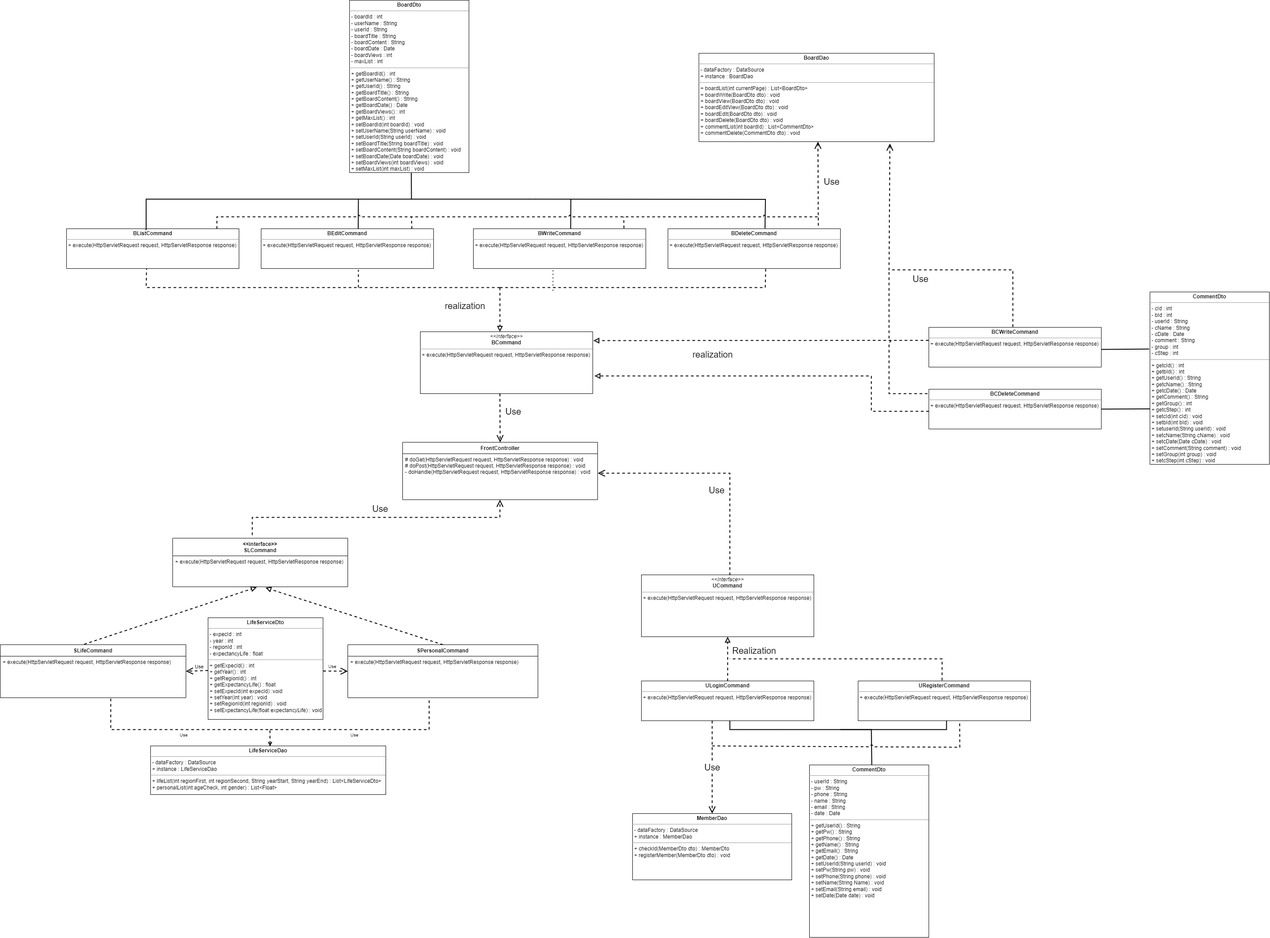
p1p2p1/Project_DLT keeps this draw.io diagram as project_1/6. 포트폴리오/Class Diagram/Class Diagram.drawio.png. Above is the earlier version. Source tidied: cells renumbered, new cells last; positions are measured from the earlier drawing's top-left corner, leaving out a move shared by most shapes.
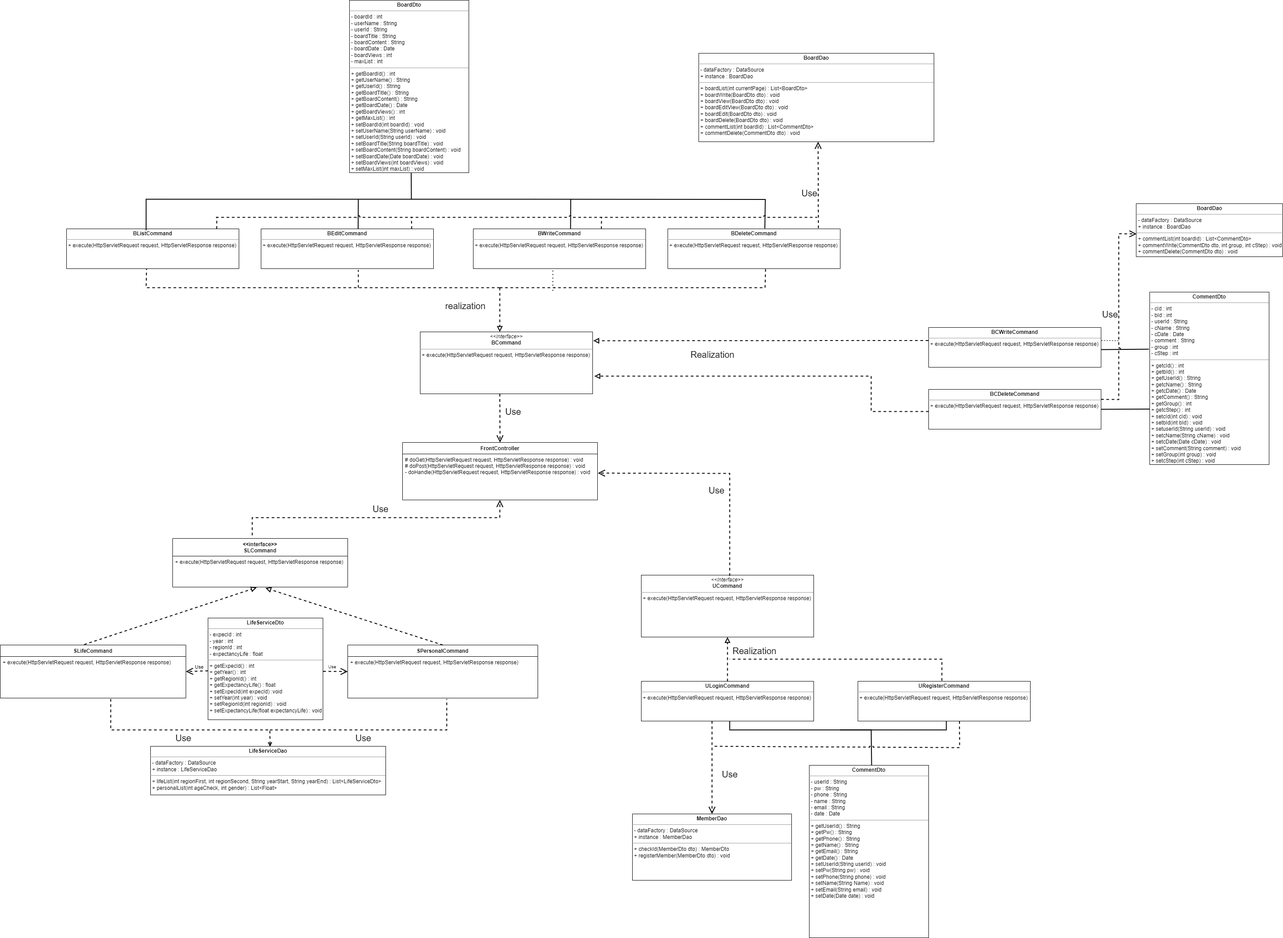
Above is the later version.

Change to the diagram source:
```diff
@@ -8,6 +8,15 @@
     <mxCell id="3" value="# doGet(HttpServletRequest request, HttpServletResponse response) : void&#10;# doPost(HttpServletRequest request, HttpServletResponse response) : void&#10;- doHandle(HttpServletRequest request, HttpServletResponse response) : void&#10; " style="text;align=left;verticalAlign=top;spacingLeft=4;spacingRight=4;overflow=hidden;points=[[0,0.5],[1,0.5]];portConstraint=eastwest;" parent="2" vertex="1">
       <mxGeometry y="26" width="441" height="104" as="geometry" />
     </mxCell>
+    <mxCell id="16" value="&lt;font style=&quot;font-size: 20px;&quot;&gt;Use&lt;/font&gt;" style="endArrow=open;endSize=12;dashed=1;html=1;rounded=0;strokeWidth=2;" parent="2" edge="1" target="3">
+      <mxGeometry x="0.03" y="20" relative="1" as="geometry">
+        <mxPoint x="-340" y="210" as="sourcePoint" />
+        <Array as="points">
+          <mxPoint x="-340" y="170" />
+          <mxPoint x="220" y="170" />
+        </Array>
+      </mxGeometry>
+    </mxCell>
     <mxCell id="4" value="SLifeCommand" style="swimlane;fontStyle=1;align=center;verticalAlign=top;horizontal=1;startSize=26;rounded=0;shadow=0;strokeWidth=1;" parent="1" vertex="1">
       <mxGeometry y="1458" width="420" height="120" as="geometry" />
     </mxCell>
@@ -49,15 +58,6 @@
     <mxCell id="15" value="Use" style="endArrow=open;endSize=12;dashed=1;html=1;rounded=0;entryX=1;entryY=0.5;entryDx=0;entryDy=0;strokeWidth=2;" parent="1" edge="1" source="11" target="4">
       <mxGeometry x="-0.21" y="-9" relative="1" as="geometry" />
     </mxCell>
-    <mxCell id="16" value="&lt;font style=&quot;font-size: 20px;&quot;&gt;Use&lt;/font&gt;" style="endArrow=open;endSize=12;dashed=1;html=1;rounded=0;strokeWidth=2;" parent="1" edge="1" target="3">
-      <mxGeometry x="0.03" y="20" relative="1" as="geometry">
-        <mxPoint x="570" y="1210" as="sourcePoint" />
-        <Array as="points">
-          <mxPoint x="570" y="1170" />
-          <mxPoint x="1130" y="1170" />
-        </Array>
-      </mxGeometry>
-    </mxCell>
     <mxCell id="17" value="&lt;p style=&quot;margin:0px;margin-top:4px;text-align:center;&quot;&gt;&lt;i&gt;&amp;lt;&amp;lt;Interface&amp;gt;&amp;gt;&lt;/i&gt;&lt;br&gt;&lt;b&gt;BCommand&lt;/b&gt;&lt;/p&gt;&lt;hr size=&quot;1&quot;&gt;&lt;p style=&quot;margin:0px;margin-left:4px;&quot;&gt;+ execute(HttpServletRequest request, HttpServletResponse response)&lt;br&gt;&lt;/p&gt;" style="verticalAlign=top;align=left;overflow=fill;fontSize=12;fontFamily=Helvetica;html=1;" parent="1" vertex="1">
       <mxGeometry x="950" y="750" width="390" height="140" as="geometry" />
     </mxCell>
@@ -185,7 +185,7 @@
         <mxPoint x="1250" y="607" as="targetPoint" />
       </mxGeometry>
     </mxCell>
-    <mxCell id="42" style="endArrow=open;html=1;rounded=0;align=center;verticalAlign=bottom;dashed=1;endFill=0;labelBackgroundColor=none;strokeWidth=2;fontSize=2;jumpStyle=arc;entryX=0.508;entryY=0.009;entryDx=0;entryDy=0;entryPerimeter=0;" parent="1" edge="1" target="12">
+    <mxCell id="42" style="endArrow=open;html=1;rounded=0;align=center;verticalAlign=bottom;dashed=1;endFill=0;labelBackgroundColor=none;strokeWidth=2;fontSize=2;jumpStyle=arc;entryX=0.508;entryY=0.009;entryDx=0;entryDy=0;entryPerimeter=0;exitX=0.508;exitY=0.009;exitDx=0;exitDy=0;exitPerimeter=0;" parent="1" edge="1" target="12">
       <mxGeometry relative="1" as="geometry">
         <mxPoint x="250" y="1580" as="sourcePoint" />
         <Array as="points">
@@ -194,36 +194,19 @@
         </Array>
       </mxGeometry>
     </mxCell>
-    <mxCell id="43" value="Use" style="html=1;align=center;verticalAlign=top;labelBackgroundColor=none;fontSize=10;" parent="42" vertex="1">
+    <mxCell id="43" value="&lt;font style=&quot;font-size: 20px;&quot;&gt;Use&lt;/font&gt;" style="html=1;align=center;verticalAlign=top;labelBackgroundColor=none;fontSize=10;" parent="42" vertex="1">
       <mxGeometry relative="1" as="geometry" />
     </mxCell>
-    <mxCell id="44" style="endArrow=none;dashed=1;html=1;rounded=0;strokeWidth=2;fontSize=2;jumpStyle=arc;" parent="1" edge="1">
-      <mxGeometry relative="1" as="geometry">
-        <mxPoint x="610" y="1650" as="sourcePoint" />
-        <mxPoint x="970" y="1580" as="targetPoint" />
-        <Array as="points">
-          <mxPoint x="970" y="1650" />
-        </Array>
-      </mxGeometry>
-    </mxCell>
-    <mxCell id="45" value="Use" style="html=1;align=center;verticalAlign=top;labelBackgroundColor=none;fontSize=10;" parent="1" vertex="1">
-      <mxGeometry x="800" y="1650" as="geometry" />
-    </mxCell>
-    <mxCell id="46" value="&lt;font style=&quot;font-size: 20px;&quot;&gt;Use&lt;/font&gt;" style="endArrow=open;endSize=12;dashed=1;html=1;rounded=0;strokeWidth=2;fontSize=10;jumpStyle=arc;entryX=0.506;entryY=1;entryDx=0;entryDy=0;entryPerimeter=0;" parent="1" edge="1" target="24">
-      <mxGeometry x="0.05" y="-30" relative="1" as="geometry">
-        <mxPoint x="1850" y="510" as="sourcePoint" />
-      </mxGeometry>
-    </mxCell>
     <mxCell id="47" style="endArrow=none;dashed=1;html=1;rounded=0;strokeWidth=2;fontSize=10;jumpStyle=arc;" parent="1" edge="1">
       <mxGeometry relative="1" as="geometry">
-        <mxPoint x="490" y="517" as="sourcePoint" />
-        <mxPoint x="1850" y="490" as="targetPoint" />
+        <mxPoint x="488" y="491" as="sourcePoint" />
+        <mxPoint x="1848" y="491" as="targetPoint" />
         <Array as="points">
-          <mxPoint x="490" y="490" />
+          <mxPoint x="488" y="491" />
         </Array>
       </mxGeometry>
     </mxCell>
-    <mxCell id="48" value="&lt;font style=&quot;font-size: 20px;&quot;&gt;realization&lt;/font&gt;" style="edgeLabel;html=1;align=center;verticalAlign=middle;fontSize=10;" parent="1" vertex="1">
+    <mxCell id="48" value="&lt;font style=&quot;font-size: 20px;&quot;&gt;Realization&lt;/font&gt;" style="edgeLabel;html=1;align=center;verticalAlign=middle;fontSize=10;" parent="1" vertex="1">
       <mxGeometry x="1610" y="800" as="geometry" />
     </mxCell>
     <mxCell id="49" value="Use" style="endArrow=open;endSize=12;dashed=1;html=1;rounded=0;strokeWidth=2;fontSize=20;jumpStyle=arc;entryX=0.5;entryY=0;entryDx=0;entryDy=0;" parent="1" edge="1" target="2">
@@ -236,34 +219,11 @@
         <mxPoint x="930" y="490" as="targetPoint" />
       </mxGeometry>
     </mxCell>
-    <mxCell id="51" style="endArrow=none;dashed=1;html=1;rounded=0;strokeWidth=2;fontSize=20;jumpStyle=arc;exitX=0.873;exitY=-0.014;exitDx=0;exitDy=0;exitPerimeter=0;" parent="1" edge="1" source="18">
-      <mxGeometry relative="1" as="geometry">
-        <mxPoint x="1410" y="490" as="targetPoint" />
-      </mxGeometry>
-    </mxCell>
-    <mxCell id="52" style="endArrow=none;dashed=1;html=1;rounded=0;strokeWidth=2;fontSize=20;jumpStyle=arc;exitX=-0.008;exitY=0.112;exitDx=0;exitDy=0;exitPerimeter=0;" parent="1" edge="1" source="20">
-      <mxGeometry relative="1" as="geometry">
-        <mxPoint x="2010" y="610" as="targetPoint" />
-        <Array as="points">
-          <mxPoint x="2010" y="890" />
-        </Array>
-      </mxGeometry>
-    </mxCell>
-    <mxCell id="53" value="Use" style="endArrow=open;endSize=12;dashed=1;html=1;rounded=0;strokeWidth=2;fontSize=20;jumpStyle=arc;entryX=0.812;entryY=1.021;entryDx=0;entryDy=0;entryPerimeter=0;" parent="1" edge="1" target="24">
-      <mxGeometry x="-0.02" y="20" relative="1" as="geometry">
-        <mxPoint x="2290" y="739" as="sourcePoint" />
-        <Array as="points">
-          <mxPoint x="2290" y="610" />
-          <mxPoint x="2010" y="610" />
-        </Array>
-      </mxGeometry>
-    </mxCell>
     <mxCell id="54" value="&lt;p style=&quot;margin:0px;margin-top:4px;text-align:center;&quot;&gt;&lt;i&gt;&amp;lt;&amp;lt;Interface&amp;gt;&amp;gt;&lt;/i&gt;&lt;br&gt;&lt;b&gt;UCommand&lt;/b&gt;&lt;/p&gt;&lt;hr size=&quot;1&quot;&gt;&lt;p style=&quot;margin:0px;margin-left:4px;&quot;&gt;+ execute(HttpServletRequest request, HttpServletResponse response)&lt;br&gt;&lt;/p&gt;" style="verticalAlign=top;align=left;overflow=fill;fontSize=12;fontFamily=Helvetica;html=1;" parent="1" vertex="1">
       <mxGeometry x="1450" y="1300" width="390" height="140" as="geometry" />
     </mxCell>
-    <mxCell id="55" value="Use" style="endArrow=open;endSize=12;dashed=1;html=1;rounded=0;strokeWidth=2;fontSize=20;jumpStyle=arc;entryX=0.5;entryY=0;entryDx=0;entryDy=0;exitX=0.513;exitY=0.005;exitDx=0;exitDy=0;exitPerimeter=0;" parent="1" edge="1" source="54">
+    <mxCell id="55" value="Use" style="endArrow=open;endSize=12;dashed=1;html=1;rounded=0;strokeWidth=2;fontSize=20;jumpStyle=arc;exitX=0.513;exitY=0.011;exitDx=0;exitDy=0;exitPerimeter=0;entryX=1.002;entryY=0.416;entryDx=0;entryDy=0;entryPerimeter=0;" parent="1" edge="1" source="54" target="3">
       <mxGeometry x="-0.27" y="30" relative="1" as="geometry">
-        <mxPoint x="1351.5" y="1070" as="targetPoint" />
         <Array as="points">
           <mxPoint x="1650" y="1070" />
         </Array>
@@ -313,14 +273,14 @@
       </mxGeometry>
     </mxCell>
     <mxCell id="64" value="Use" style="endArrow=open;endSize=12;dashed=1;html=1;rounded=0;strokeWidth=2;fontSize=20;jumpStyle=arc;" parent="1" edge="1">
-      <mxGeometry relative="1" as="geometry">
+      <mxGeometry x="0.14" y="40" relative="1" as="geometry">
         <mxPoint x="1610" y="1630" as="sourcePoint" />
         <mxPoint x="1610" y="1840" as="targetPoint" />
       </mxGeometry>
     </mxCell>
-    <mxCell id="65" style="endArrow=none;dashed=1;html=1;rounded=0;strokeWidth=2;fontSize=20;jumpStyle=arc;entryX=0.589;entryY=1.004;entryDx=0;entryDy=0;entryPerimeter=0;" parent="1" edge="1" target="57">
+    <mxCell id="65" style="endArrow=none;dashed=1;html=1;rounded=0;strokeWidth=2;fontSize=20;jumpStyle=arc;entryX=0.589;entryY=1.004;entryDx=0;entryDy=0;entryPerimeter=0;exitX=0.589;exitY=1.004;exitDx=0;exitDy=0;exitPerimeter=0;" parent="1" edge="1" source="57">
       <mxGeometry relative="1" as="geometry">
-        <mxPoint x="1610" y="1687" as="sourcePoint" />
+        <mxPoint x="1610" y="1687" as="targetPoint" />
         <Array as="points">
           <mxPoint x="2170" y="1690" />
         </Array>
@@ -329,5 +289,49 @@
     <mxCell id="66" value="&lt;p style=&quot;margin:0px;margin-top:4px;text-align:center;&quot;&gt;&lt;b&gt;MemberDao&lt;/b&gt;&lt;/p&gt;&lt;hr size=&quot;1&quot;&gt;&lt;p style=&quot;margin:0px;margin-left:4px;&quot;&gt;- dataFactory : DataSource&lt;/p&gt;&lt;p style=&quot;margin:0px;margin-left:4px;&quot;&gt;+ instance : MemberDao&lt;/p&gt;&lt;hr size=&quot;1&quot;&gt;&lt;p style=&quot;margin:0px;margin-left:4px;&quot;&gt;+ checkId(MemberDto dto) : MemberDto&lt;/p&gt;&lt;p style=&quot;margin:0px;margin-left:4px;&quot;&gt;+ registerMember(MemberDto dto) : void&lt;/p&gt;&lt;p style=&quot;margin:0px;margin-left:4px;&quot;&gt;&lt;br&gt;&lt;/p&gt;" style="verticalAlign=top;align=left;overflow=fill;fontSize=12;fontFamily=Helvetica;html=1;" parent="1" vertex="1">
       <mxGeometry x="1430" y="1840" width="360" height="150" as="geometry" />
     </mxCell>
+    <mxCell id="67" value="&lt;font style=&quot;font-size: 20px;&quot;&gt;Use&lt;/font&gt;" style="endArrow=open;endSize=12;dashed=1;html=1;rounded=0;entryX=0.873;entryY=-0.016;entryDx=0;entryDy=0;entryPerimeter=0;strokeWidth=2;exitX=0.873;exitY=-0.016;exitDx=0;exitDy=0;exitPerimeter=0;" parent="1" edge="1" source="19">
+      <mxGeometry x="-0.18" y="20" relative="1" as="geometry">
+        <mxPoint x="1850" y="320" as="targetPoint" />
+      </mxGeometry>
+    </mxCell>
+    <mxCell id="68" value="&lt;p style=&quot;margin:0px;margin-top:4px;text-align:center;&quot;&gt;&lt;b&gt;BoardDao&lt;/b&gt;&lt;/p&gt;&lt;hr size=&quot;1&quot;&gt;&lt;p style=&quot;margin:0px;margin-left:4px;&quot;&gt;- dataFactory : DataSource&lt;/p&gt;&lt;p style=&quot;margin:0px;margin-left:4px;&quot;&gt;+ instance : BoardDao&lt;/p&gt;&lt;hr size=&quot;1&quot;&gt;&lt;p style=&quot;margin:0px;margin-left:4px;&quot;&gt;&lt;span style=&quot;background-color: initial;&quot;&gt;+ commentList(int boardId) : List&amp;lt;CommentDto&amp;gt;&lt;/span&gt;&lt;br&gt;&lt;/p&gt;&lt;p style=&quot;margin:0px;margin-left:4px;&quot;&gt;&lt;span style=&quot;background-color: initial;&quot;&gt;+ commentWrite(CommentDto dto, int group, int cStep) : void&lt;/span&gt;&lt;/p&gt;&lt;p style=&quot;margin:0px;margin-left:4px;&quot;&gt;+ commentDelete(CommentDto dto) : void&lt;/p&gt;&lt;p style=&quot;margin:0px;margin-left:4px;&quot;&gt;&lt;br&gt;&lt;/p&gt;" style="verticalAlign=top;align=left;overflow=fill;fontSize=12;fontFamily=Helvetica;html=1;" parent="1" vertex="1">
+      <mxGeometry x="2569.5" y="460" width="331" height="120" as="geometry" />
+    </mxCell>
+    <mxCell id="69" value="&lt;font style=&quot;font-size: 20px;&quot;&gt;Use&lt;/font&gt;" style="endArrow=open;endSize=12;dashed=1;html=1;rounded=0;entryX=0.002;entryY=0.57;entryDx=0;entryDy=0;entryPerimeter=0;exitX=1;exitY=0.25;exitDx=0;exitDy=0;jumpStyle=arc;strokeWidth=2;" parent="1" edge="1" source="20" target="68">
+      <mxGeometry x="0.02" y="20" relative="1" as="geometry">
+        <Array as="points">
+          <mxPoint x="2530" y="903" />
+          <mxPoint x="2530" y="770" />
+          <mxPoint x="2530" y="528" />
+        </Array>
+      </mxGeometry>
+    </mxCell>
+    <mxCell id="70" style="endArrow=none;dashed=1;html=1;rounded=0;exitX=1.001;exitY=0.325;exitDx=0;exitDy=0;exitPerimeter=0;" parent="1" edge="1" source="21">
+      <mxGeometry relative="1" as="geometry">
+        <mxPoint x="2530" y="770" as="targetPoint" />
+      </mxGeometry>
+    </mxCell>
+    <mxCell id="71" style="endArrow=none;dashed=1;html=1;rounded=0;jumpStyle=arc;strokeWidth=2;" parent="1" edge="1">
+      <mxGeometry relative="1" as="geometry">
+        <mxPoint x="610" y="1650" as="sourcePoint" />
+        <mxPoint x="1010" y="1580" as="targetPoint" />
+        <Array as="points">
+          <mxPoint x="1010" y="1650" />
+        </Array>
+      </mxGeometry>
+    </mxCell>
+    <mxCell id="72" value="&lt;font style=&quot;font-size: 20px;&quot;&gt;Use&lt;/font&gt;" style="html=1;align=center;verticalAlign=top;labelBackgroundColor=none;fontSize=10;" parent="1" vertex="1">
+      <mxGeometry x="820" y="1650" as="geometry" />
+    </mxCell>
+    <mxCell id="73" style="endArrow=none;dashed=1;html=1;rounded=0;strokeWidth=2;fontSize=20;jumpStyle=arc;exitX=0.871;exitY=-0.003;exitDx=0;exitDy=0;exitPerimeter=0;" parent="1" edge="1" source="23">
+      <mxGeometry relative="1" as="geometry">
+        <mxPoint x="490" y="490" as="targetPoint" />
+      </mxGeometry>
+    </mxCell>
+    <mxCell id="74" style="endArrow=none;dashed=1;html=1;rounded=0;strokeWidth=2;fontSize=20;jumpStyle=arc;exitX=0.743;exitY=0.004;exitDx=0;exitDy=0;exitPerimeter=0;" parent="1" edge="1" source="18">
+      <mxGeometry relative="1" as="geometry">
+        <mxPoint x="1360" y="490" as="targetPoint" />
+      </mxGeometry>
+    </mxCell>
   </root>
 </mxGraphModel>
```
